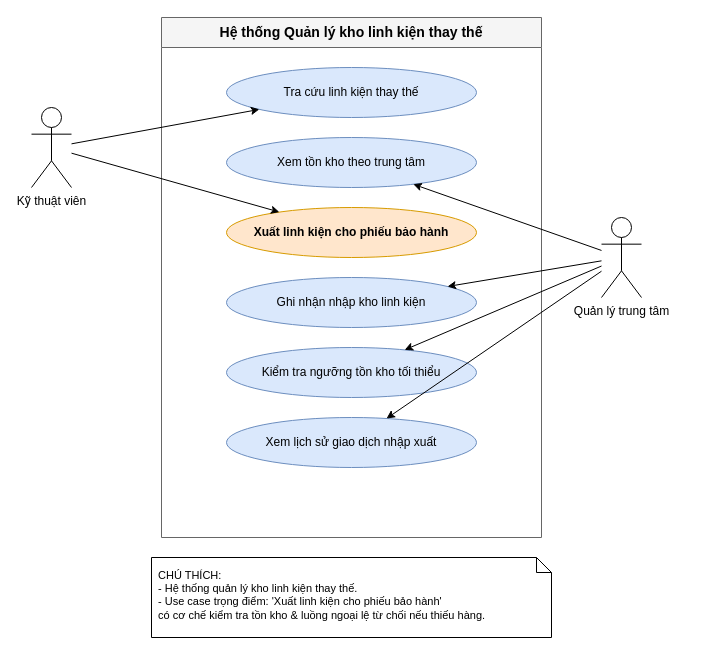
TriDung1208/smartcrm-2374802010070-kho-linh-kien-thay-the keeps this draw.io diagram as smartcrm-2374802010070-kho-linh-kien-thay-the-main/docs/Untitled Diagram.drawio. Above is the earlier version. Source tidied: cells renumbered, new cells numbered last; positions are measured from the earlier drawing's top-left corner, leaving out a move shared by most shapes. Both pictures are drawn from the tidied source at 100%, with x=0, y=0 at pixel (31, 17).
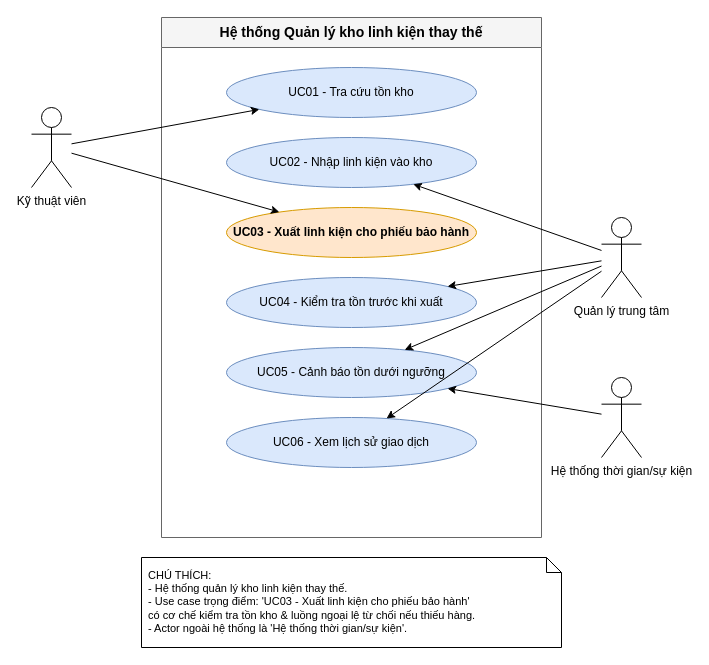
The same diagram, later.

What changed in the source:
```diff
@@
 <mxGraphModel>
   <root>
     <mxCell id="0" />
     <mxCell id="1" parent="0" />
     <mxCell id="2" value="Hệ thống Quản lý kho linh kiện thay thế" style="swimlane;whiteSpace=wrap;html=1;startSize=30;align=center;fontSize=14;fontStyle=1;fillColor=#f5f5f5;strokeColor=#666666;" parent="1" vertex="1">
       <mxGeometry x="130" width="380" height="520" as="geometry" />
     </mxCell>
-    <mxCell id="3" value="Tra cứu linh kiện thay thế" style="ellipse;whiteSpace=wrap;html=1;fillColor=#dae8fc;strokeColor=#6c8ebf;" parent="2" vertex="1">
+    <mxCell id="3" value="UC01 - Tra cứu tồn kho" style="ellipse;whiteSpace=wrap;html=1;fillColor=#dae8fc;strokeColor=#6c8ebf;" parent="2" vertex="1">
       <mxGeometry x="65" y="50" width="250" height="50" as="geometry" />
     </mxCell>
-    <mxCell id="4" value="Xem tồn kho theo trung tâm" style="ellipse;whiteSpace=wrap;html=1;fillColor=#dae8fc;strokeColor=#6c8ebf;" parent="2" vertex="1">
+    <mxCell id="4" value="UC02 - Nhập linh kiện vào kho" style="ellipse;whiteSpace=wrap;html=1;fillColor=#dae8fc;strokeColor=#6c8ebf;" parent="2" vertex="1">
       <mxGeometry x="65" y="120" width="250" height="50" as="geometry" />
     </mxCell>
-    <mxCell id="5" value="Xuất linh kiện cho phiếu bảo hành" style="ellipse;whiteSpace=wrap;html=1;fillColor=#ffe6cc;strokeColor=#d79b00;fontStyle=1;" parent="2" vertex="1">
+    <mxCell id="5" value="UC03 - Xuất linh kiện cho phiếu bảo hành" style="ellipse;whiteSpace=wrap;html=1;fillColor=#ffe6cc;strokeColor=#d79b00;fontStyle=1;" parent="2" vertex="1">
       <mxGeometry x="65" y="190" width="250" height="50" as="geometry" />
     </mxCell>
-    <mxCell id="6" value="Ghi nhận nhập kho linh kiện" style="ellipse;whiteSpace=wrap;html=1;fillColor=#dae8fc;strokeColor=#6c8ebf;" parent="2" vertex="1">
+    <mxCell id="6" value="UC04 - Kiểm tra tồn trước khi xuất" style="ellipse;whiteSpace=wrap;html=1;fillColor=#dae8fc;strokeColor=#6c8ebf;" parent="2" vertex="1">
       <mxGeometry x="65" y="260" width="250" height="50" as="geometry" />
     </mxCell>
-    <mxCell id="7" value="Kiểm tra ngưỡng tồn kho tối thiểu" style="ellipse;whiteSpace=wrap;html=1;fillColor=#dae8fc;strokeColor=#6c8ebf;" parent="2" vertex="1">
+    <mxCell id="7" value="UC05 - Cảnh báo tồn dưới ngưỡng" style="ellipse;whiteSpace=wrap;html=1;fillColor=#dae8fc;strokeColor=#6c8ebf;" parent="2" vertex="1">
       <mxGeometry x="65" y="330" width="250" height="50" as="geometry" />
     </mxCell>
-    <mxCell id="8" value="Xem lịch sử giao dịch nhập xuất" style="ellipse;whiteSpace=wrap;html=1;fillColor=#dae8fc;strokeColor=#6c8ebf;" parent="2" vertex="1">
+    <mxCell id="8" value="UC06 - Xem lịch sử giao dịch" style="ellipse;whiteSpace=wrap;html=1;fillColor=#dae8fc;strokeColor=#6c8ebf;" parent="2" vertex="1">
       <mxGeometry x="65" y="400" width="250" height="50" as="geometry" />
     </mxCell>
     <mxCell id="9" value="Kỹ thuật viên" style="shape=umlActor;verticalLabelPosition=bottom;verticalAlign=top;html=1;outlineConnect=0;" parent="1" vertex="1">
       <mxGeometry y="90" width="40" height="80" as="geometry" />
     </mxCell>
     <mxCell id="10" value="Quản lý trung tâm" style="shape=umlActor;verticalLabelPosition=bottom;verticalAlign=top;html=1;outlineConnect=0;" parent="1" vertex="1">
       <mxGeometry x="570" y="200" width="40" height="80" as="geometry" />
     </mxCell>
+    <mxCell id="18" value="Hệ thống thời gian/sự kiện" style="shape=umlActor;verticalLabelPosition=bottom;verticalAlign=top;html=1;outlineConnect=0;" parent="1" vertex="1">
+      <mxGeometry x="570" y="360" width="40" height="80" as="geometry" />
+    </mxCell>
-    <mxCell id="11" value="CHÚ THÍCH:&#10;- Hệ thống quản lý kho linh kiện thay thế.&#10;- Use case trọng điểm: 'Xuất linh kiện cho phiếu bảo hành'&#10;  có cơ chế kiểm tra tồn kho &amp; luồng ngoại lệ từ chối nếu thiếu hàng." style="shape=note;whiteSpace=wrap;html=1;background=yellow;size=15;verticalAlign=top;align=left;spacingLeft=5;spacingTop=5;fontSize=11;" parent="1" vertex="1">
-      <mxGeometry x="120" y="540" width="400" height="80" as="geometry" />
+    <mxCell id="11" value="CHÚ THÍCH:&#10;- Hệ thống quản lý kho linh kiện thay thế.&#10;- Use case trọng điểm: 'UC03 - Xuất linh kiện cho phiếu bảo hành'&#10;  có cơ chế kiểm tra tồn kho &amp; luồng ngoại lệ từ chối nếu thiếu hàng.&#10;- Actor ngoài hệ thống là 'Hệ thống thời gian/sự kiện'." style="shape=note;whiteSpace=wrap;html=1;background=yellow;size=15;verticalAlign=top;align=left;spacingLeft=5;spacingTop=5;fontSize=11;" parent="1" vertex="1">
+      <mxGeometry x="110" y="540" width="420" height="90" as="geometry" />
     </mxCell>
     <mxCell id="12" parent="1" edge="1" source="9" target="3">
       <mxGeometry relative="1" as="geometry" />
     </mxCell>
     <mxCell id="13" parent="1" edge="1" source="9" target="5">
       <mxGeometry relative="1" as="geometry" />
     </mxCell>
     <mxCell id="14" parent="1" edge="1" source="10" target="4">
       <mxGeometry relative="1" as="geometry" />
     </mxCell>
     <mxCell id="15" parent="1" edge="1" source="10" target="6">
       <mxGeometry relative="1" as="geometry" />
     </mxCell>
     <mxCell id="16" parent="1" edge="1" source="10" target="7">
       <mxGeometry relative="1" as="geometry" />
     </mxCell>
     <mxCell id="17" parent="1" edge="1" source="10" target="8">
       <mxGeometry relative="1" as="geometry" />
     </mxCell>
+    <mxCell id="19" parent="1" edge="1" source="18" target="7">
+      <mxGeometry relative="1" as="geometry" />
+    </mxCell>
   </root>
 </mxGraphModel>
```
